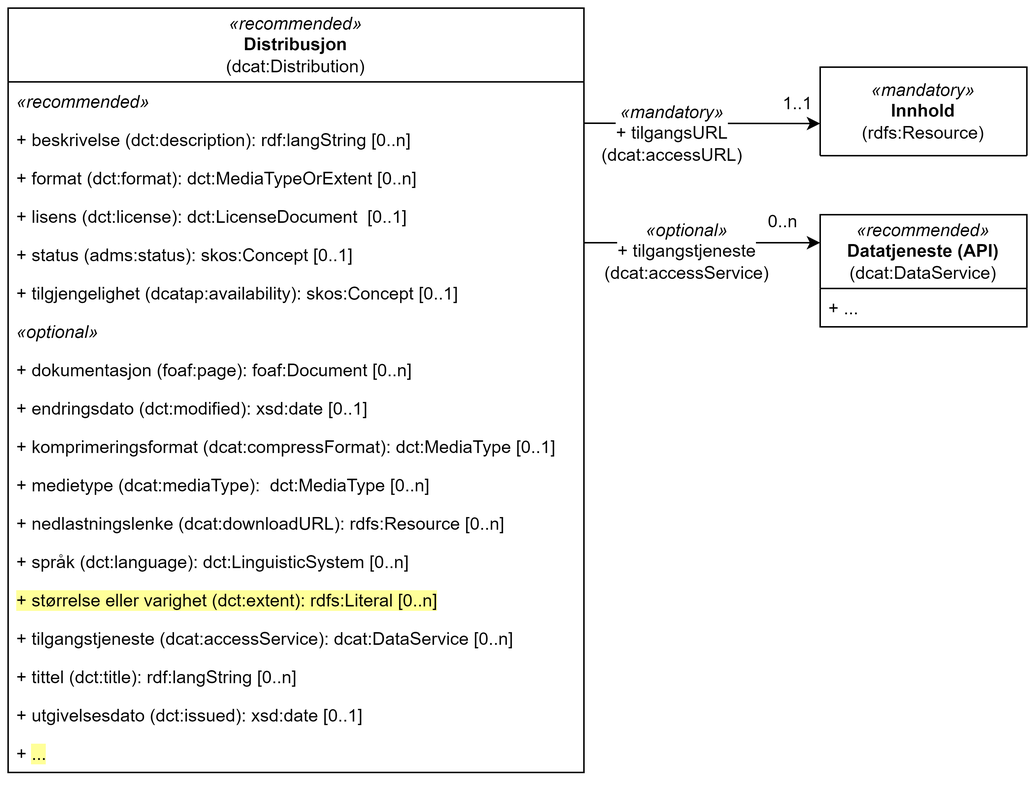
Before: cdvno/images/cdvno-distribution.png, a diagram exported from draw.io (jimjyang/playground). Source tidied: cells renumbered, new cells last; positions are measured from the earlier drawing's top-left corner, leaving out a move shared by most shapes.
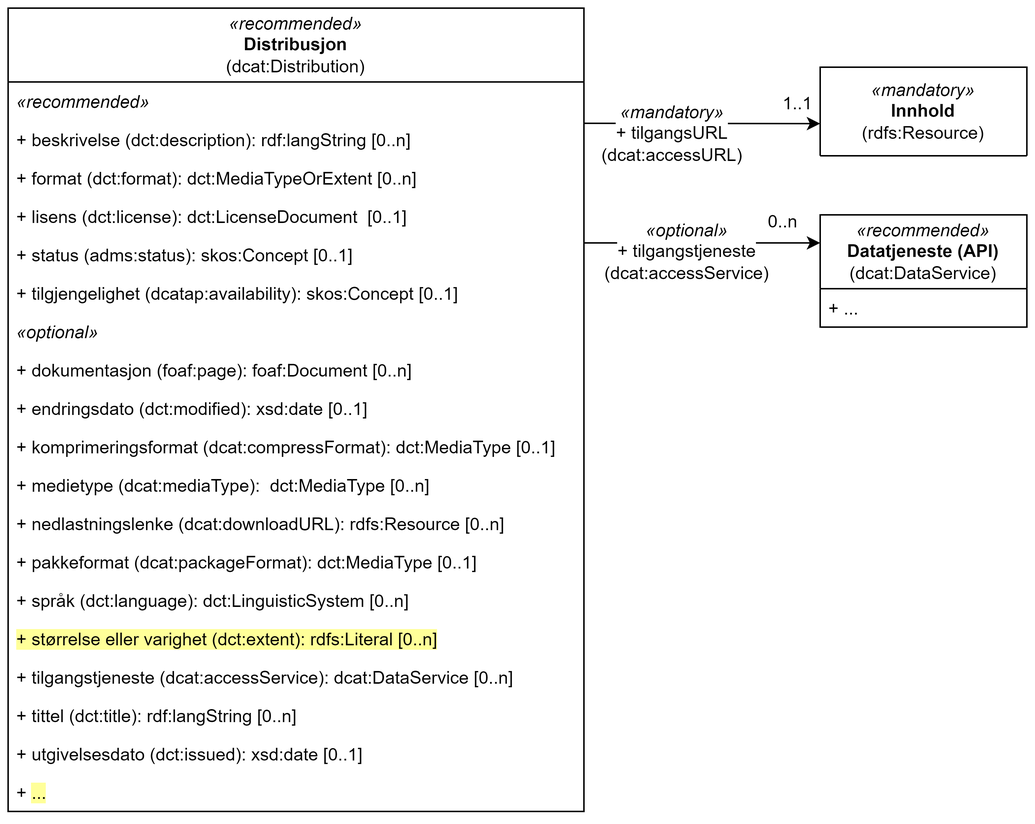
Later version of the same file.

Commit message:
tegning distribusjon

What changed in the source:
```diff
@@ -6,7 +6,7 @@
       <mxGeometry x="550" y="40" width="140" height="60" as="geometry" />
     </mxCell>
     <mxCell id="3" value="&lt;i style=&quot;border-color: var(--border-color);&quot;&gt;«recommended»&lt;/i&gt;&lt;br style=&quot;border-color: var(--border-color);&quot;&gt;&lt;b style=&quot;border-color: var(--border-color);&quot;&gt;Distribusjon&lt;br style=&quot;border-color: var(--border-color);&quot;&gt;&lt;/b&gt;(dcat:Distribution)" style="swimlane;fontStyle=0;horizontal=1;startSize=50;fillColor=none;whiteSpace=wrap;html=1;" parent="1" vertex="1">
-      <mxGeometry width="390" height="518" as="geometry" />
+      <mxGeometry width="390" height="544" as="geometry" />
     </mxCell>
     <mxCell id="4" value="&lt;i&gt;«recommended»&lt;/i&gt;" style="text;strokeColor=none;fillColor=none;align=left;verticalAlign=top;spacingLeft=4;spacingRight=4;overflow=hidden;whiteSpace=wrap;html=1;" parent="3" vertex="1">
       <mxGeometry y="50" width="390" height="26" as="geometry" />
@@ -44,23 +44,26 @@
     <mxCell id="15" value="+ nedlastningslenke (dcat:downloadURL):&amp;nbsp;&lt;span style=&quot;text-align: center;&quot;&gt;rdfs:Resource&lt;/span&gt;&lt;span style=&quot;background-color: initial;&quot;&gt;&amp;nbsp;[0..n]&lt;/span&gt;" style="text;strokeColor=none;fillColor=none;align=left;verticalAlign=top;spacingLeft=4;spacingRight=4;overflow=hidden;whiteSpace=wrap;html=1;" parent="3" vertex="1">
       <mxGeometry y="336" width="390" height="26" as="geometry" />
     </mxCell>
+    <mxCell id="30" value="+ pakkeformat (dcat:packageFormat)&lt;span style=&quot;background-color: initial;&quot;&gt;:&amp;nbsp;&lt;/span&gt;dct:MediaType [0..1]" style="text;strokeColor=none;fillColor=none;align=left;verticalAlign=top;spacingLeft=4;spacingRight=4;overflow=hidden;whiteSpace=wrap;html=1;" parent="3" vertex="1">
+      <mxGeometry y="362" width="390" height="26" as="geometry" />
+    </mxCell>
     <mxCell id="16" value="+ språk (dct:language)&lt;span style=&quot;background-color: initial;&quot;&gt;:&amp;nbsp;&lt;/span&gt;dct:LinguisticSystem [0..n]" style="text;strokeColor=none;fillColor=none;align=left;verticalAlign=top;spacingLeft=4;spacingRight=4;overflow=hidden;whiteSpace=wrap;html=1;" parent="3" vertex="1">
-      <mxGeometry y="362" width="390" height="26" as="geometry" />
+      <mxGeometry y="388" width="390" height="26" as="geometry" />
     </mxCell>
     <mxCell id="17" value="&lt;span style=&quot;background-color: rgb(255, 255, 153);&quot;&gt;+ størrelse eller varighet (dct:extent): rdfs:Literal [0..n]&lt;/span&gt;" style="text;strokeColor=none;fillColor=none;align=left;verticalAlign=top;spacingLeft=4;spacingRight=4;overflow=hidden;whiteSpace=wrap;html=1;" parent="3" vertex="1">
-      <mxGeometry y="388" width="390" height="26" as="geometry" />
+      <mxGeometry y="414" width="390" height="26" as="geometry" />
     </mxCell>
     <mxCell id="18" value="+ tilgangstjeneste (dcat:accessService)&lt;span style=&quot;background-color: initial;&quot;&gt;: dcat:DataService&amp;nbsp;[0..n]&lt;/span&gt;" style="text;strokeColor=none;fillColor=none;align=left;verticalAlign=top;spacingLeft=4;spacingRight=4;overflow=hidden;whiteSpace=wrap;html=1;" parent="3" vertex="1">
-      <mxGeometry y="414" width="390" height="26" as="geometry" />
+      <mxGeometry y="440" width="390" height="26" as="geometry" />
     </mxCell>
     <mxCell id="19" value="+ tittel (dct:title)&lt;span style=&quot;background-color: initial;&quot;&gt;: rdf:langString [0..n]&lt;/span&gt;" style="text;strokeColor=none;fillColor=none;align=left;verticalAlign=top;spacingLeft=4;spacingRight=4;overflow=hidden;whiteSpace=wrap;html=1;" parent="3" vertex="1">
-      <mxGeometry y="440" width="390" height="26" as="geometry" />
+      <mxGeometry y="466" width="390" height="26" as="geometry" />
     </mxCell>
     <mxCell id="20" value="+ utgivelsesdato (dct:issued)&lt;span style=&quot;background-color: initial;&quot;&gt;:&amp;nbsp;&lt;/span&gt;xsd:date [0..1]" style="text;strokeColor=none;fillColor=none;align=left;verticalAlign=top;spacingLeft=4;spacingRight=4;overflow=hidden;whiteSpace=wrap;html=1;" parent="3" vertex="1">
-      <mxGeometry y="466" width="390" height="26" as="geometry" />
+      <mxGeometry y="492" width="390" height="26" as="geometry" />
     </mxCell>
     <mxCell id="21" value="+ &lt;span style=&quot;background-color: rgb(255, 255, 153);&quot;&gt;...&lt;/span&gt;" style="text;strokeColor=none;fillColor=none;align=left;verticalAlign=top;spacingLeft=4;spacingRight=4;overflow=hidden;whiteSpace=wrap;html=1;" parent="3" vertex="1">
-      <mxGeometry y="492" width="390" height="26" as="geometry" />
+      <mxGeometry y="518" width="390" height="26" as="geometry" />
     </mxCell>
     <mxCell id="22" value="&lt;i style=&quot;border-color: var(--border-color);&quot;&gt;«recommended»&lt;/i&gt;&lt;br style=&quot;border-color: var(--border-color);&quot;&gt;&lt;b style=&quot;border-color: var(--border-color);&quot;&gt;Datatjeneste (API)&lt;br style=&quot;border-color: var(--border-color);&quot;&gt;&lt;/b&gt;(dcat:DataService)" style="swimlane;fontStyle=0;horizontal=1;startSize=50;fillColor=none;whiteSpace=wrap;html=1;" parent="1" vertex="1">
       <mxGeometry x="550" y="140" width="140" height="76" as="geometry" />
```
